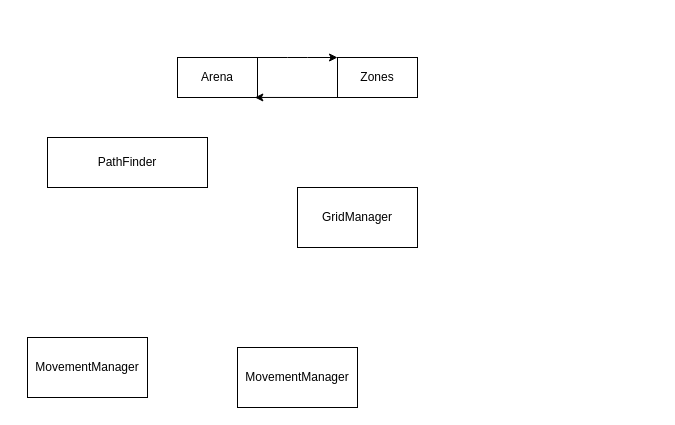
This is documentations/architecture_debug.drawio from DaVinciBot/CoupeDeRobotique, a draw.io file, before an edit. Source tidied: cells renumbered, new cells numbered last; positions are measured from the earlier drawing's top-left corner, leaving out a move shared by most shapes. Both pictures are drawn from the tidied source at 100%, with x=0, y=0 at pixel (27, 57).
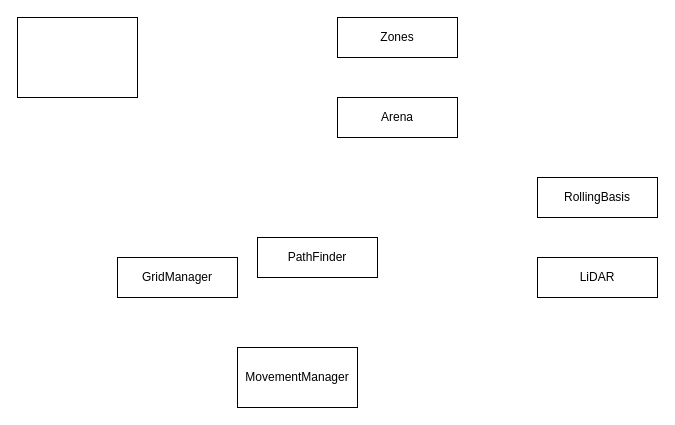
The same page after the edit.

The edit, as a diff of the source:
```diff
@@
 <mxGraphModel>
   <root>
     <mxCell id="0" />
     <mxCell id="1" parent="0" />
     <mxCell id="2" value="PathFinder" style="rounded=0;whiteSpace=wrap;html=1;" parent="1" vertex="1">
-      <mxGeometry x="20" y="80" width="160" height="50" as="geometry" />
+      <mxGeometry x="230" y="180" width="120" height="40" as="geometry" />
     </mxCell>
-    <mxCell id="3" style="edgeStyle=none;html=1;exitX=1;exitY=0;exitDx=0;exitDy=0;entryX=0;entryY=0;entryDx=0;entryDy=0;" parent="1" edge="1" source="4" target="6">
-      <mxGeometry relative="1" as="geometry">
-        <Array as="points">
-          <mxPoint x="270" />
-        </Array>
-      </mxGeometry>
-    </mxCell>
-    <mxCell id="4" value="Arena" style="rounded=0;whiteSpace=wrap;html=1;" parent="1" vertex="1">
-      <mxGeometry x="150" width="80" height="40" as="geometry" />
+    <mxCell id="4" value="Arena" style="rounded=0;whiteSpace=wrap;html=1;strokeColor=light-dark(#000000,#FF0000);" parent="1" vertex="1">
+      <mxGeometry x="310" y="40" width="120" height="40" as="geometry" />
     </mxCell>
-    <mxCell id="5" style="edgeStyle=none;html=1;exitX=0;exitY=1;exitDx=0;exitDy=0;entryX=0.967;entryY=0.999;entryDx=0;entryDy=0;entryPerimeter=0;" parent="1" edge="1" source="6" target="4">
-      <mxGeometry relative="1" as="geometry" />
-    </mxCell>
-    <mxCell id="6" value="Zones" style="rounded=0;whiteSpace=wrap;html=1;" parent="1" vertex="1">
-      <mxGeometry x="310" width="80" height="40" as="geometry" />
+    <mxCell id="6" value="Zones" style="rounded=0;whiteSpace=wrap;html=1;strokeColor=light-dark(#000000,#FF0000);" parent="1" vertex="1">
+      <mxGeometry x="310" y="-40" width="120" height="40" as="geometry" />
     </mxCell>
     <mxCell id="7" value="GridManager" style="rounded=0;whiteSpace=wrap;html=1;" parent="1" vertex="1">
-      <mxGeometry x="270" y="130" width="120" height="60" as="geometry" />
+      <mxGeometry x="90" y="200" width="120" height="40" as="geometry" />
     </mxCell>
-    <mxCell id="8" value="MovementManager" style="rounded=0;whiteSpace=wrap;html=1;" parent="1" vertex="1">
-      <mxGeometry y="280" width="120" height="60" as="geometry" />
+    <mxCell id="8" style="rounded=0;whiteSpace=wrap;html=1;" parent="1" vertex="1">
+      <mxGeometry x="-10" y="-40" width="120" height="80" as="geometry" />
     </mxCell>
     <mxCell id="9" value="MovementManager" style="rounded=0;whiteSpace=wrap;html=1;" parent="1" vertex="1">
       <mxGeometry x="210" y="290" width="120" height="60" as="geometry" />
     </mxCell>
+    <mxCell id="3" value="RollingBasis" style="rounded=0;whiteSpace=wrap;html=1;strokeColor=light-dark(#000000,#FF0000);" parent="1" vertex="1">
+      <mxGeometry x="510" y="120" width="120" height="40" as="geometry" />
+    </mxCell>
+    <mxCell id="10" value="LiDAR" style="rounded=0;whiteSpace=wrap;html=1;strokeColor=light-dark(#000000,#FF0000);" parent="1" vertex="1">
+      <mxGeometry x="510" y="200" width="120" height="40" as="geometry" />
+    </mxCell>
   </root>
 </mxGraphModel>
```
